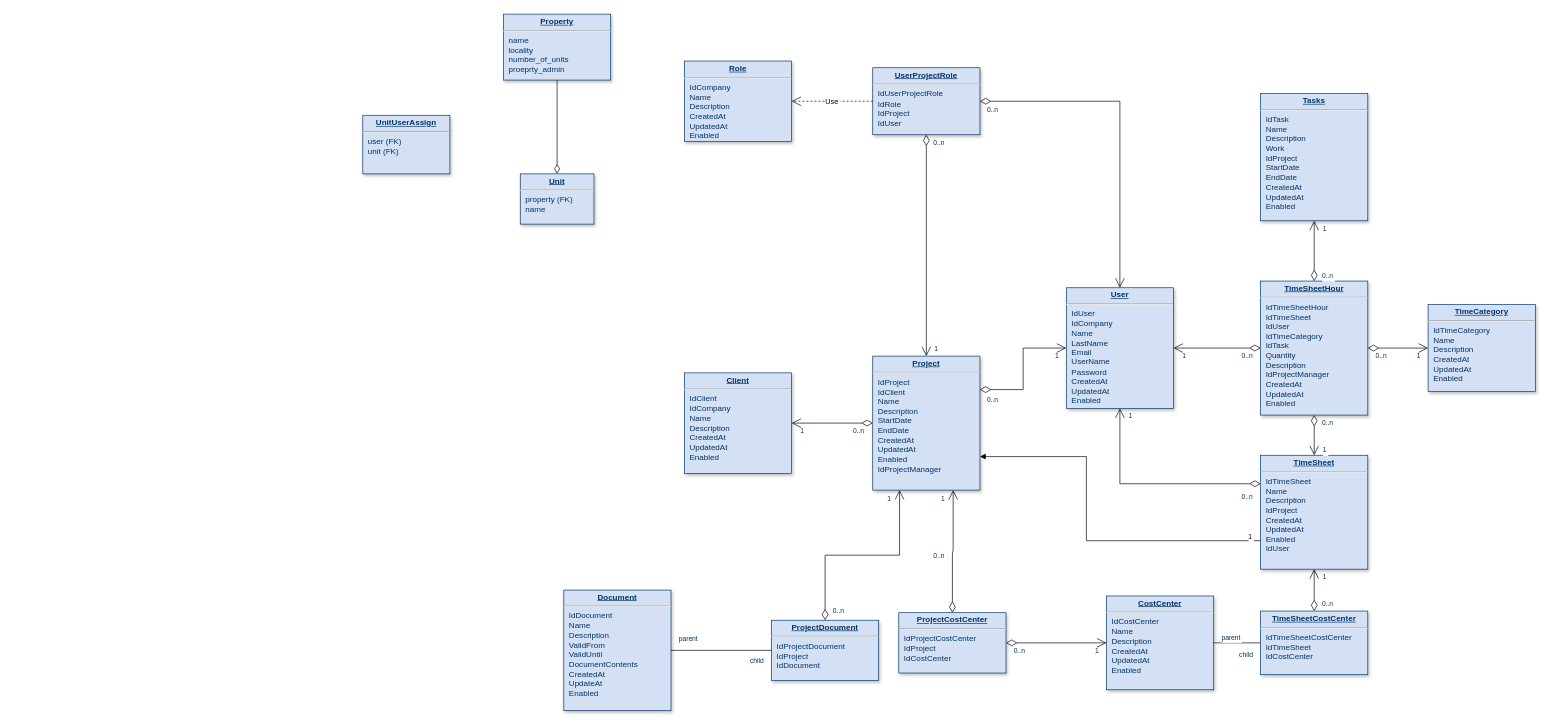
The draw.io diagram Untitled Diagram.drawio in gilubilu/hello-world, before the edit. Source tidied: cells renumbered, new cells numbered last; positions are measured from the earlier drawing's top-left corner, leaving out a move shared by most shapes. Both pictures are drawn from the tidied source at 67%, with x=0, y=0 at pixel (362, 14).
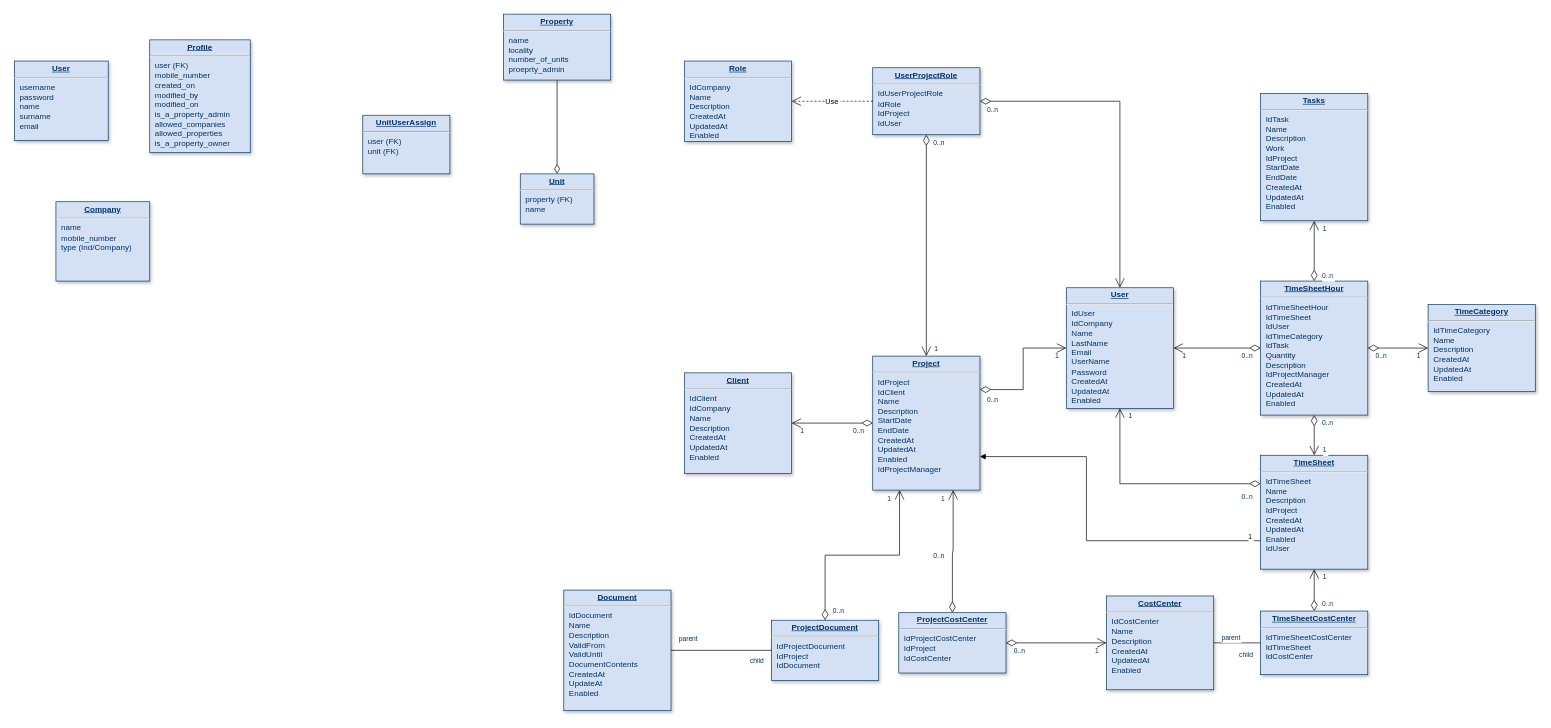
The same diagram, later.

What changed in the source:
```diff
@@
+    <mxCell id="67" value="&lt;p style=&quot;margin: 0px ; margin-top: 4px ; text-align: center ; text-decoration: underline&quot;&gt;&lt;strong&gt;Profile&lt;/strong&gt;&lt;/p&gt;&lt;hr&gt;&lt;p style=&quot;margin: 0px ; margin-left: 8px&quot;&gt;user (FK)&lt;/p&gt;&lt;p style=&quot;margin: 0px ; margin-left: 8px&quot;&gt;mobile_number&lt;/p&gt;&lt;p style=&quot;margin: 0px ; margin-left: 8px&quot;&gt;created_on&lt;/p&gt;&lt;p style=&quot;margin: 0px ; margin-left: 8px&quot;&gt;modified_by&lt;/p&gt;&lt;p style=&quot;margin: 0px ; margin-left: 8px&quot;&gt;modified_on&lt;/p&gt;&lt;p style=&quot;margin: 0px ; margin-left: 8px&quot;&gt;is_a_property_admin&lt;/p&gt;&lt;p style=&quot;margin: 0px ; margin-left: 8px&quot;&gt;allowed_companies&lt;/p&gt;&lt;p style=&quot;margin: 0px ; margin-left: 8px&quot;&gt;allowed_properties&lt;/p&gt;&lt;p style=&quot;margin: 0px ; margin-left: 8px&quot;&gt;is_a_property_owner&lt;/p&gt;" style="verticalAlign=top;align=left;overflow=fill;fontSize=12;fontFamily=Helvetica;html=1;strokeColor=#003366;shadow=1;fillColor=#D4E1F5;fontColor=#003366;" parent="1" vertex="1">
+      <mxGeometry x="-318" y="38" width="150" height="168.4" as="geometry" />
+    </mxCell>
+    <mxCell id="68" value="&lt;p style=&quot;margin: 0px ; margin-top: 4px ; text-align: center ; text-decoration: underline&quot;&gt;&lt;b&gt;User&lt;/b&gt;&lt;/p&gt;&lt;hr&gt;&lt;p style=&quot;margin: 0px ; margin-left: 8px&quot;&gt;username&lt;/p&gt;&lt;p style=&quot;margin: 0px ; margin-left: 8px&quot;&gt;password&lt;/p&gt;&lt;p style=&quot;margin: 0px ; margin-left: 8px&quot;&gt;name&lt;/p&gt;&lt;p style=&quot;margin: 0px ; margin-left: 8px&quot;&gt;surname&lt;/p&gt;&lt;p style=&quot;margin: 0px ; margin-left: 8px&quot;&gt;email&lt;/p&gt;" style="verticalAlign=top;align=left;overflow=fill;fontSize=12;fontFamily=Helvetica;html=1;strokeColor=#003366;shadow=1;fillColor=#D4E1F5;fontColor=#003366;" parent="1" vertex="1">
+      <mxGeometry x="-520" y="69.6" width="140" height="118.4" as="geometry" />
+    </mxCell>
+    <mxCell id="69" value="&lt;p style=&quot;margin: 0px ; margin-top: 4px ; text-align: center ; text-decoration: underline&quot;&gt;&lt;b&gt;Company&lt;/b&gt;&lt;/p&gt;&lt;hr&gt;&lt;p style=&quot;margin: 0px ; margin-left: 8px&quot;&gt;name&lt;/p&gt;&lt;p style=&quot;margin: 0px ; margin-left: 8px&quot;&gt;mobile_number&lt;/p&gt;&lt;p style=&quot;margin: 0px ; margin-left: 8px&quot;&gt;type (Ind/Company)&lt;/p&gt;" style="verticalAlign=top;align=left;overflow=fill;fontSize=12;fontFamily=Helvetica;html=1;strokeColor=#003366;shadow=1;fillColor=#D4E1F5;fontColor=#003366;" parent="1" vertex="1">
+      <mxGeometry x="-458" y="279.6" width="140" height="118.4" as="geometry" />
+    </mxCell>
```
